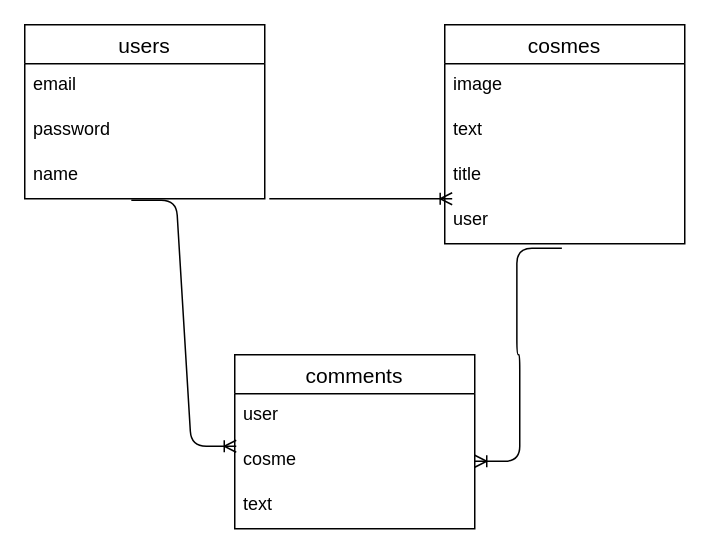
Above: cosme.dio in nana-ikegami/cosmelog2021 (draw.io), before the change. Source tidied: cells renumbered, new cells numbered last; positions are measured from the earlier drawing's top-left corner, leaving out a move shared by most shapes. Both pictures are drawn from the tidied source at 150%, with x=0, y=0 at pixel (24, 24).
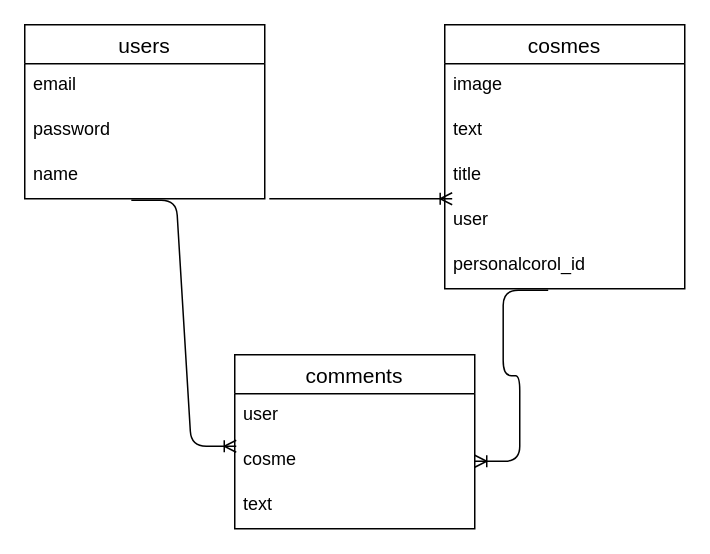
After the change.

Change to the diagram source:
```diff
@@
 <mxGraphModel>
   <root>
     <mxCell id="0" />
     <mxCell id="1" parent="0" />
     <mxCell id="2" value="users" style="swimlane;fontStyle=0;horizontal=1;startSize=26;align=center;fontSize=14;" parent="1" vertex="1">
       <mxGeometry width="160" height="116" as="geometry" />
     </mxCell>
     <mxCell id="3" value="email" style="text;strokeColor=none;fillColor=none;spacingLeft=4;spacingRight=4;overflow=hidden;fontSize=12;" parent="2" vertex="1">
       <mxGeometry y="26" width="160" height="30" as="geometry" />
     </mxCell>
     <mxCell id="4" value="password" style="text;strokeColor=none;fillColor=none;spacingLeft=4;spacingRight=4;overflow=hidden;fontSize=12;" parent="2" vertex="1">
       <mxGeometry y="56" width="160" height="30" as="geometry" />
     </mxCell>
     <mxCell id="5" value="name" style="text;strokeColor=none;fillColor=none;spacingLeft=4;spacingRight=4;overflow=hidden;points=[[0,0.5],[1,0.5]];portConstraint=eastwest;fontSize=12;" parent="2" vertex="1">
       <mxGeometry y="86" width="160" height="30" as="geometry" />
     </mxCell>
     <mxCell id="6" value="cosmes" style="swimlane;fontStyle=0;horizontal=1;startSize=26;align=center;fontSize=14;" parent="1" vertex="1">
-      <mxGeometry x="280" width="160" height="146" as="geometry" />
+      <mxGeometry x="280" width="160" height="176" as="geometry" />
     </mxCell>
     <mxCell id="7" value="image" style="text;strokeColor=none;fillColor=none;spacingLeft=4;spacingRight=4;overflow=hidden;fontSize=12;" parent="6" vertex="1">
       <mxGeometry y="26" width="160" height="30" as="geometry" />
     </mxCell>
     <mxCell id="8" value="text" style="text;strokeColor=none;fillColor=none;spacingLeft=4;spacingRight=4;overflow=hidden;fontSize=12;" parent="6" vertex="1">
       <mxGeometry y="56" width="160" height="30" as="geometry" />
     </mxCell>
     <mxCell id="9" value="title" style="text;strokeColor=none;fillColor=none;spacingLeft=4;spacingRight=4;overflow=hidden;points=[[0,0.5],[1,0.5]];portConstraint=eastwest;fontSize=12;" parent="6" vertex="1">
       <mxGeometry y="86" width="160" height="30" as="geometry" />
     </mxCell>
     <mxCell id="10" value="user" style="text;strokeColor=none;fillColor=none;spacingLeft=4;spacingRight=4;overflow=hidden;points=[[0,0.5],[1,0.5]];portConstraint=eastwest;fontSize=12;" parent="6" vertex="1">
       <mxGeometry y="116" width="160" height="30" as="geometry" />
     </mxCell>
+    <mxCell id="18" value="personalcorol_id" style="text;strokeColor=none;fillColor=none;spacingLeft=4;spacingRight=4;overflow=hidden;points=[[0,0.5],[1,0.5]];portConstraint=eastwest;fontSize=12;" parent="6" vertex="1">
+      <mxGeometry y="146" width="160" height="30" as="geometry" />
+    </mxCell>
     <mxCell id="11" value="comments" style="swimlane;fontStyle=0;horizontal=1;startSize=26;align=center;fontSize=14;" parent="1" vertex="1">
       <mxGeometry x="140" y="220" width="160" height="116" as="geometry" />
     </mxCell>
     <mxCell id="12" value="user" style="text;strokeColor=none;fillColor=none;spacingLeft=4;spacingRight=4;overflow=hidden;fontSize=12;" parent="11" vertex="1">
       <mxGeometry y="26" width="160" height="30" as="geometry" />
     </mxCell>
     <mxCell id="13" value="cosme" style="text;strokeColor=none;fillColor=none;spacingLeft=4;spacingRight=4;overflow=hidden;points=[[0,0.5],[1,0.5]];portConstraint=eastwest;fontSize=12;" parent="11" vertex="1">
       <mxGeometry y="56" width="160" height="30" as="geometry" />
     </mxCell>
     <mxCell id="14" value="text" style="text;strokeColor=none;fillColor=none;spacingLeft=4;spacingRight=4;overflow=hidden;fontSize=12;" parent="11" vertex="1">
       <mxGeometry y="86" width="160" height="30" as="geometry" />
     </mxCell>
     <mxCell id="15" style="edgeStyle=entityRelationEdgeStyle;fontSize=12;html=1;endArrow=ERoneToMany;entryX=0.031;entryY=1;entryDx=0;entryDy=0;entryPerimeter=0;exitX=1.019;exitY=1;exitDx=0;exitDy=0;exitPerimeter=0;" parent="1" edge="1" source="5" target="9">
       <mxGeometry relative="1" as="geometry" />
     </mxCell>
     <mxCell id="16" style="edgeStyle=entityRelationEdgeStyle;fontSize=12;html=1;endArrow=ERoneToMany;exitX=0.444;exitY=1.033;exitDx=0;exitDy=0;exitPerimeter=0;entryX=0.006;entryY=0.167;entryDx=0;entryDy=0;entryPerimeter=0;" parent="1" edge="1" source="5">
       <mxGeometry relative="1" as="geometry">
         <mxPoint x="141" y="281" as="targetPoint" />
       </mxGeometry>
     </mxCell>
-    <mxCell id="17" style="edgeStyle=entityRelationEdgeStyle;fontSize=12;html=1;endArrow=ERoneToMany;exitX=0.488;exitY=1.1;exitDx=0;exitDy=0;exitPerimeter=0;" parent="1" edge="1" source="10" target="13">
+    <mxCell id="17" style="edgeStyle=entityRelationEdgeStyle;fontSize=12;html=1;endArrow=ERoneToMany;exitX=0.431;exitY=1.033;exitDx=0;exitDy=0;exitPerimeter=0;" parent="1" edge="1" source="18" target="13">
       <mxGeometry relative="1" as="geometry" />
     </mxCell>
   </root>
 </mxGraphModel>
```
